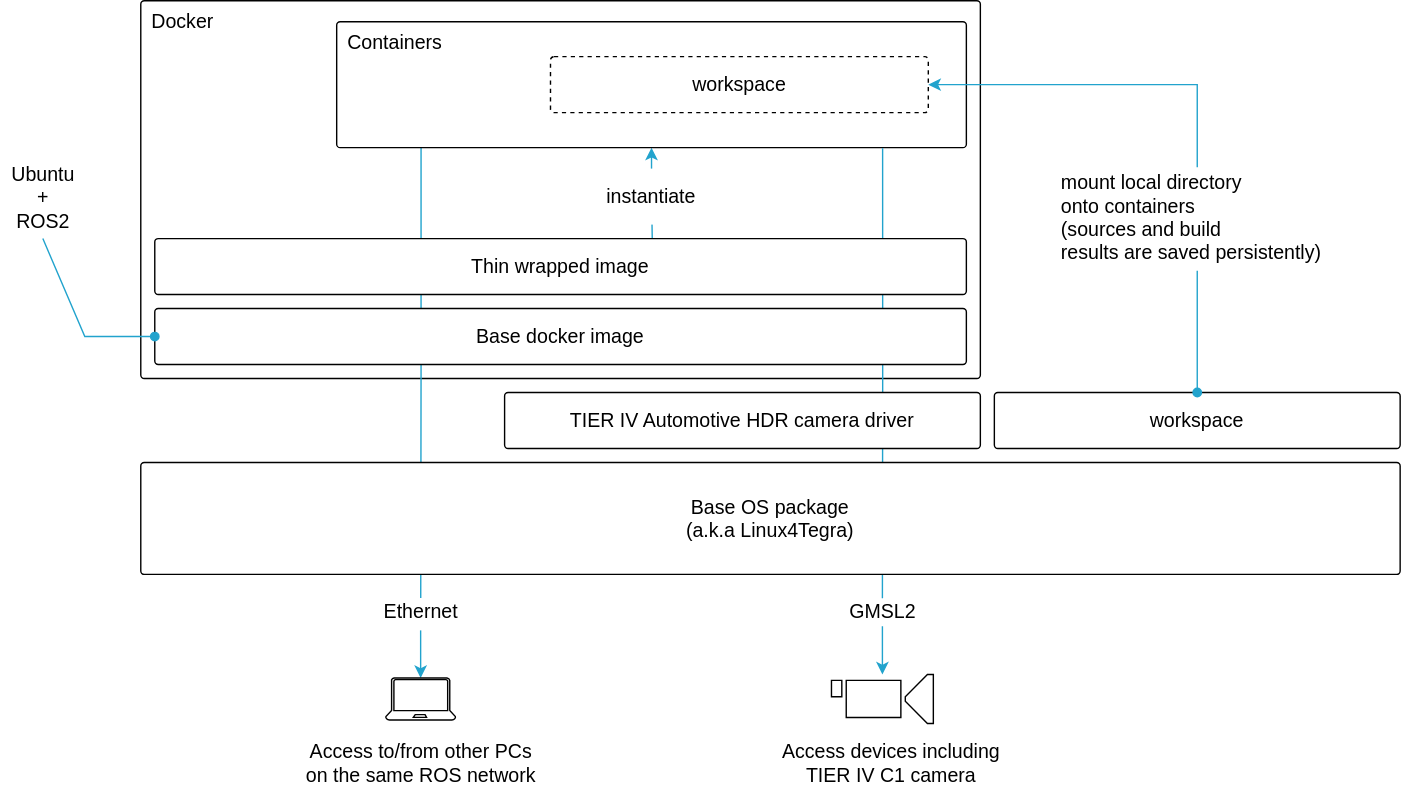
tier4/edge-auto-jetson keeps this draw.io diagram as docs/overview.drawio.svg. Above is the earlier version. Source tidied: cells renumbered, new cells last; positions are measured from the earlier drawing's top-left corner, leaving out a move shared by most shapes.
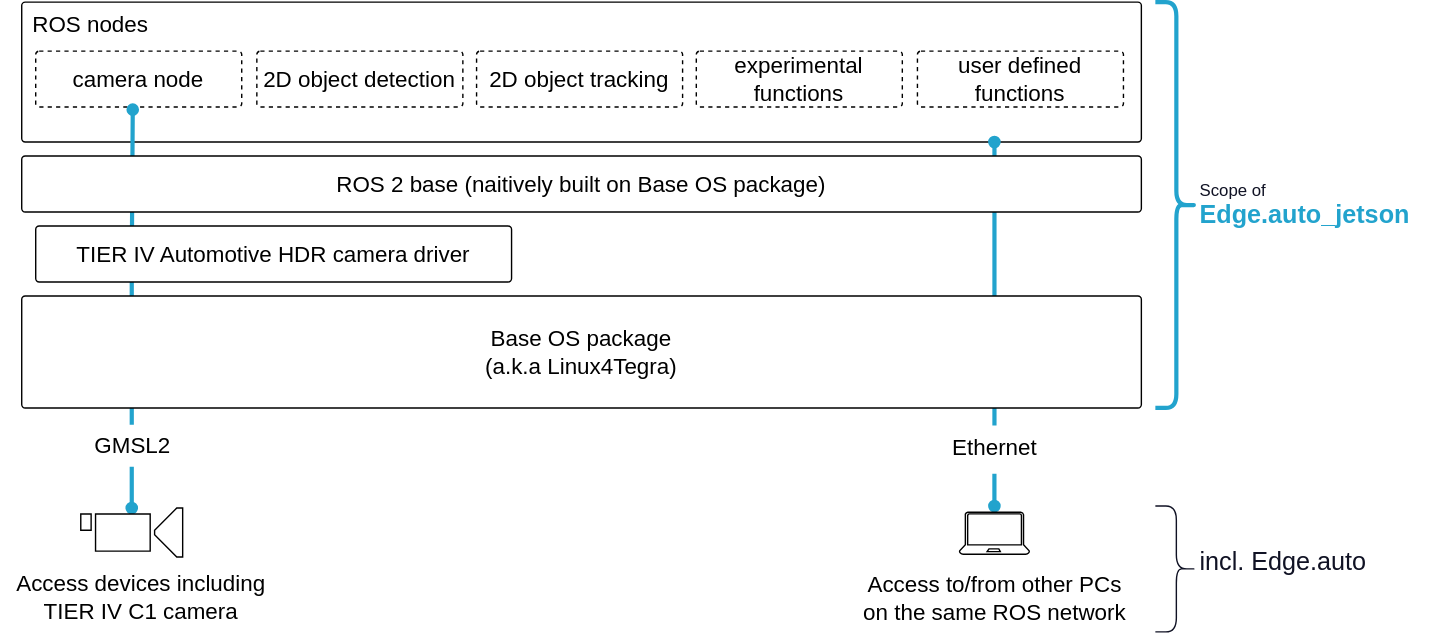
After the commit.

The edit, as a diff of the source:
```diff
@@ -2,85 +2,81 @@
   <root>
     <mxCell id="0" />
     <mxCell id="1" parent="0" />
-    <mxCell id="2" value="Docker" style="rounded=1;whiteSpace=wrap;html=1;fontSize=14;arcSize=5;absoluteArcSize=1;align=left;verticalAlign=top;spacingLeft=6;" parent="1" vertex="1">
-      <mxGeometry x="100" width="600" height="270" as="geometry" />
-    </mxCell>
-    <mxCell id="3" style="edgeStyle=orthogonalEdgeStyle;rounded=0;jettySize=auto;html=1;strokeWidth=1;fontSize=24;startArrow=none;startFill=0;endArrow=none;endFill=0;strokeColor=#22A3CD;exitX=0.134;exitY=0.994;exitDx=0;exitDy=0;exitPerimeter=0;entryX=0.501;entryY=-0.006;entryDx=0;entryDy=0;entryPerimeter=0;" parent="1" edge="1" source="6" target="18">
-      <mxGeometry relative="1" as="geometry" />
-    </mxCell>
-    <mxCell id="4" style="edgeStyle=orthogonalEdgeStyle;rounded=0;jettySize=auto;html=1;strokeWidth=1;fontSize=24;startArrow=none;startFill=0;endArrow=classic;endFill=1;strokeColor=#22A3CD;" parent="1" edge="1" source="15" target="10">
+    <mxCell id="4" style="edgeStyle=orthogonalEdgeStyle;rounded=0;jettySize=auto;html=1;strokeWidth=3;fontSize=16;startArrow=none;startFill=0;endArrow=oval;endFill=1;strokeColor=#22A3CD;" parent="1" edge="1" source="15" target="10">
       <mxGeometry relative="1" as="geometry" />
     </mxCell>
-    <mxCell id="5" style="edgeStyle=orthogonalEdgeStyle;rounded=0;jettySize=auto;html=1;exitX=0.5;exitY=1;exitDx=0;exitDy=0;entryX=0.613;entryY=0.038;entryDx=0;entryDy=0;entryPerimeter=0;strokeColor=#22A3CD;strokeWidth=1;fontSize=24;fontColor=#FFFFFF;startArrow=classic;startFill=1;endArrow=none;endFill=0;" parent="1" edge="1" source="6" target="22">
-      <mxGeometry relative="1" as="geometry" />
-    </mxCell>
-    <mxCell id="6" value="&lt;font style=&quot;font-size: 14px&quot;&gt;Containers&lt;/font&gt;" style="rounded=1;whiteSpace=wrap;html=1;fontSize=14;arcSize=5;absoluteArcSize=1;align=left;verticalAlign=top;spacingLeft=6;" parent="1" vertex="1">
-      <mxGeometry x="240" y="15" width="450" height="90" as="geometry" />
+    <mxCell id="6" value="ROS nodes" style="rounded=1;whiteSpace=wrap;html=1;fontSize=16;arcSize=5;absoluteArcSize=1;align=left;verticalAlign=top;spacingLeft=6;" parent="1" vertex="1">
+      <mxGeometry x="100" y="120" width="800" height="100" as="geometry" />
     </mxCell>
-    <mxCell id="7" value="workspace" style="rounded=1;whiteSpace=wrap;html=1;fontSize=14;arcSize=5;dashed=1;absoluteArcSize=1;" parent="1" vertex="1">
-      <mxGeometry x="392.8" y="40" width="270" height="40" as="geometry" />
+    <mxCell id="7" value="camera node" style="rounded=1;whiteSpace=wrap;html=1;fontSize=16;arcSize=5;dashed=1;absoluteArcSize=1;" parent="1" vertex="1">
+      <mxGeometry x="110" y="155" width="147.2" height="40" as="geometry" />
     </mxCell>
-    <mxCell id="8" value="instantiate" style="text;html=1;align=center;verticalAlign=middle;whiteSpace=wrap;rounded=0;fontSize=14;fillColor=default;" parent="1" vertex="1">
-      <mxGeometry x="415" y="120" width="100" height="40" as="geometry" />
-    </mxCell>
-    <mxCell id="9" value="Ubuntu&lt;br style=&quot;font-size: 14px;&quot;&gt;+&lt;br style=&quot;font-size: 14px;&quot;&gt;&lt;div style=&quot;font-size: 14px;&quot;&gt;&lt;span style=&quot;background-color: initial; font-size: 14px;&quot;&gt;ROS2&lt;/span&gt;&lt;/div&gt;" style="text;html=1;align=center;verticalAlign=top;points=[];strokeColor=none;fillColor=none;fontSize=14;spacing=1;" parent="1" vertex="1">
-      <mxGeometry y="110" width="60" height="60" as="geometry" />
-    </mxCell>
-    <mxCell id="10" style="sketch=0;shadow=0;dashed=0;html=1;labelPosition=center;verticalLabelPosition=bottom;verticalAlign=top;outlineConnect=0;align=center;shape=mxgraph.office.devices.video_camera;fontSize=24;" parent="1" vertex="1">
-      <mxGeometry x="593.6" y="481.5" width="72.8" height="35" as="geometry" />
+    <mxCell id="10" style="sketch=0;shadow=0;dashed=0;html=1;labelPosition=center;verticalLabelPosition=bottom;verticalAlign=top;outlineConnect=0;align=center;shape=mxgraph.office.devices.video_camera;fontSize=16;" parent="1" vertex="1">
+      <mxGeometry x="142.2" y="481.5" width="72.8" height="35" as="geometry" />
     </mxCell>
-    <mxCell id="11" style="edgeStyle=orthogonalEdgeStyle;rounded=0;jettySize=auto;html=1;strokeColor=#22A3CD;strokeWidth=1;fontSize=24;fontColor=#FFFFFF;startArrow=none;startFill=0;endArrow=classic;endFill=1;exitX=0.5;exitY=1.15;exitDx=0;exitDy=0;exitPerimeter=0;entryX=0.5;entryY=0;entryDx=0;entryDy=0;entryPerimeter=0;" parent="1" edge="1" source="18" target="17">
-      <mxGeometry relative="1" as="geometry" />
+    <mxCell id="11" style="edgeStyle=orthogonalEdgeStyle;rounded=0;jettySize=auto;html=1;strokeColor=#22A3CD;strokeWidth=3;fontSize=16;fontColor=#FFFFFF;startArrow=none;startFill=0;endArrow=oval;endFill=1;exitX=0.5;exitY=1.15;exitDx=0;exitDy=0;exitPerimeter=0;" parent="1" edge="1" source="18">
+      <mxGeometry relative="1" as="geometry">
+        <mxPoint x="795" y="480" as="targetPoint" />
+      </mxGeometry>
     </mxCell>
-    <mxCell id="12" value="Access to/from&amp;nbsp;other PCs &lt;br style=&quot;font-size: 14px;&quot;&gt;on the same ROS network" style="text;html=1;align=center;verticalAlign=middle;strokeColor=none;fillColor=none;fontSize=14;" parent="1" vertex="1">
-      <mxGeometry x="210" y="525" width="180" height="40" as="geometry" />
+    <mxCell id="12" value="Access to/from other PCs&lt;br&gt;on the same ROS network" style="text;html=1;align=center;verticalAlign=middle;strokeColor=none;fillColor=none;fontSize=16;" parent="1" vertex="1">
+      <mxGeometry x="690" y="520.5" width="210" height="50" as="geometry" />
     </mxCell>
-    <mxCell id="13" value="Access devices including &lt;br style=&quot;font-size: 14px;&quot;&gt;TIER IV C1 camera" style="text;html=1;align=center;verticalAlign=middle;strokeColor=none;fillColor=none;fontSize=14;" parent="1" vertex="1">
-      <mxGeometry x="551.4" y="525" width="170" height="40" as="geometry" />
+    <mxCell id="13" value="Access devices including &lt;br style=&quot;font-size: 16px;&quot;&gt;TIER IV C1 camera" style="text;html=1;align=center;verticalAlign=middle;strokeColor=none;fillColor=none;fontSize=16;" parent="1" vertex="1">
+      <mxGeometry x="85" y="520" width="200" height="50" as="geometry" />
     </mxCell>
-    <mxCell id="14" value="mount local directory &lt;br style=&quot;font-size: 14px;&quot;&gt;onto containers&lt;br style=&quot;font-size: 14px;&quot;&gt;&amp;nbsp;(sources and build &lt;br style=&quot;font-size: 14px;&quot;&gt;results are saved persistently)" style="text;html=1;align=left;verticalAlign=middle;points=[];strokeColor=none;fillColor=none;fontSize=14;" parent="1" vertex="1">
-      <mxGeometry x="756" y="120" width="200" height="70" as="geometry" />
-    </mxCell>
+    <mxCell id="27" style="edgeStyle=orthogonalEdgeStyle;rounded=0;jettySize=auto;html=1;strokeColor=#22A3CD;endArrow=oval;endFill=1;entryX=0.471;entryY=1.046;entryDx=0;entryDy=0;entryPerimeter=0;fontSize=16;strokeWidth=3;" parent="1" edge="1" source="15" target="7">
+      <mxGeometry relative="1" as="geometry" />
+    </mxCell>
-    <mxCell id="15" value="GMSL2" style="text;html=1;align=center;verticalAlign=middle;points=[];strokeColor=none;fillColor=none;fontSize=14;" parent="1" vertex="1">
-      <mxGeometry x="600" y="427" width="60" height="20" as="geometry" />
+    <mxCell id="15" value="GMSL2" style="text;html=1;align=center;verticalAlign=middle;points=[];strokeColor=none;fillColor=none;fontSize=16;" parent="1" vertex="1">
+      <mxGeometry x="138.6" y="422" width="80" height="30" as="geometry" />
     </mxCell>
-    <mxCell id="16" style="edgeStyle=orthogonalEdgeStyle;rounded=0;jettySize=auto;html=1;exitX=0.867;exitY=1.004;exitDx=0;exitDy=0;strokeWidth=1;fontSize=24;startArrow=none;startFill=0;endArrow=none;endFill=1;strokeColor=#22A3CD;exitPerimeter=0;" parent="1" edge="1" source="6" target="15">
-      <mxGeometry relative="1" as="geometry" />
-    </mxCell>
-    <mxCell id="17" style="verticalLabelPosition=bottom;html=1;verticalAlign=top;align=center;shape=mxgraph.azure.laptop;fontSize=14;" parent="1" vertex="1">
-      <mxGeometry x="275" y="484" width="50" height="30" as="geometry" />
+    <mxCell id="17" style="verticalLabelPosition=bottom;html=1;verticalAlign=top;align=center;shape=mxgraph.azure.laptop;fontSize=16;" parent="1" vertex="1">
+      <mxGeometry x="770" y="484.5" width="50" height="30" as="geometry" />
     </mxCell>
+    <mxCell id="28" style="edgeStyle=orthogonalEdgeStyle;rounded=0;jettySize=auto;html=1;strokeColor=#22A3CD;endArrow=oval;endFill=1;fontSize=16;strokeWidth=3;" parent="1" edge="1" source="18">
+      <mxGeometry relative="1" as="geometry">
+        <mxPoint x="795" y="220" as="targetPoint" />
+        <Array as="points">
+          <mxPoint x="795" y="221" />
+        </Array>
+      </mxGeometry>
+    </mxCell>
-    <mxCell id="18" value="Ethernet" style="text;html=1;align=center;verticalAlign=middle;points=[];strokeColor=none;fillColor=none;fontSize=14;" parent="1" vertex="1">
-      <mxGeometry x="265" y="427" width="70" height="20" as="geometry" />
+    <mxCell id="18" value="Ethernet" style="text;html=1;align=center;verticalAlign=middle;points=[];strokeColor=none;fillColor=none;fontSize=16;" parent="1" vertex="1">
+      <mxGeometry x="755" y="422.5" width="80" height="30" as="geometry" />
     </mxCell>
-    <mxCell id="19" value="workspace" style="rounded=1;whiteSpace=wrap;html=1;fontSize=14;arcSize=5;absoluteArcSize=1;" parent="1" vertex="1">
-      <mxGeometry x="710" y="280" width="290" height="40" as="geometry" />
-    </mxCell>
-    <mxCell id="20" value="TIER IV Automotive HDR camera driver" style="rounded=1;whiteSpace=wrap;html=1;fontSize=14;arcSize=5;absoluteArcSize=1;" parent="1" vertex="1">
-      <mxGeometry x="360" y="280" width="340" height="40" as="geometry" />
+    <mxCell id="20" value="TIER IV Automotive HDR camera driver" style="rounded=1;whiteSpace=wrap;html=1;fontSize=16;arcSize=5;absoluteArcSize=1;" parent="1" vertex="1">
+      <mxGeometry x="110" y="280" width="340" height="40" as="geometry" />
     </mxCell>
-    <mxCell id="21" value="Base docker image" style="rounded=1;whiteSpace=wrap;html=1;fontSize=14;arcSize=5;absoluteArcSize=1;" parent="1" vertex="1">
-      <mxGeometry x="110" y="220" width="580" height="40" as="geometry" />
+    <mxCell id="21" value="ROS 2 base (naitively built on Base OS package)" style="rounded=1;whiteSpace=wrap;html=1;fontSize=16;arcSize=5;absoluteArcSize=1;" parent="1" vertex="1">
+      <mxGeometry x="100" y="230" width="800" height="40" as="geometry" />
     </mxCell>
-    <mxCell id="22" value="Thin wrapped image" style="rounded=1;whiteSpace=wrap;html=1;fontSize=14;arcSize=5;absoluteArcSize=1;" parent="1" vertex="1">
-      <mxGeometry x="110" y="170" width="580" height="40" as="geometry" />
-    </mxCell>
-    <mxCell id="23" value="Base OS package&lt;br style=&quot;font-size: 14px&quot;&gt;(a.k.a Linux4Tegra)" style="rounded=1;whiteSpace=wrap;html=1;fontSize=14;arcSize=5;absoluteArcSize=1;" parent="1" vertex="1">
-      <mxGeometry x="100" y="330" width="900" height="80" as="geometry" />
+    <mxCell id="23" value="Base OS package&lt;br style=&quot;font-size: 16px;&quot;&gt;(a.k.a Linux4Tegra)" style="rounded=1;whiteSpace=wrap;html=1;fontSize=16;arcSize=5;absoluteArcSize=1;" parent="1" vertex="1">
+      <mxGeometry x="100" y="330" width="800" height="80" as="geometry" />
     </mxCell>
-    <mxCell id="24" style="endArrow=oval;html=1;rounded=0;fontSize=24;exitX=0.5;exitY=1;exitDx=0;exitDy=0;startArrow=none;startFill=0;strokeWidth=1;endFill=1;exitPerimeter=0;strokeColor=#22A3CD;entryX=0;entryY=0.5;entryDx=0;entryDy=0;" parent="1" edge="1" source="9" target="21">
-      <mxGeometry x="-1" y="101" relative="1" as="geometry">
-        <Array as="points">
-          <mxPoint x="60" y="240" />
-        </Array>
-        <mxPoint x="-3" y="-6" as="offset" />
-      </mxGeometry>
-    </mxCell>
-    <mxCell id="25" style="edgeStyle=orthogonalEdgeStyle;rounded=0;jettySize=auto;html=1;exitX=0.5;exitY=0;exitDx=0;exitDy=0;strokeWidth=1;fontSize=24;startArrow=oval;startFill=1;strokeColor=#22a3cd;endArrow=none;entryX=0.495;entryY=1.043;entryDx=0;entryDy=0;entryPerimeter=0;" parent="1" edge="1" source="19" target="14">
-      <mxGeometry relative="1" as="geometry" />
-    </mxCell>
-    <mxCell id="26" style="edgeStyle=orthogonalEdgeStyle;rounded=0;jettySize=auto;html=1;exitX=0.495;exitY=-0.014;exitDx=0;exitDy=0;entryX=1;entryY=0.5;entryDx=0;entryDy=0;strokeWidth=1;fontSize=24;startArrow=none;startFill=1;strokeColor=#22a3cd;exitPerimeter=0;" parent="1" edge="1" source="14" target="7">
-      <mxGeometry relative="1" as="geometry" />
-    </mxCell>
+    <mxCell id="29" value="2D object detection" style="rounded=1;whiteSpace=wrap;html=1;fontSize=16;arcSize=5;dashed=1;absoluteArcSize=1;" parent="1" vertex="1">
+      <mxGeometry x="268" y="155" width="147.2" height="40" as="geometry" />
+    </mxCell>
+    <mxCell id="30" value="2D object tracking" style="rounded=1;whiteSpace=wrap;html=1;fontSize=16;arcSize=5;dashed=1;absoluteArcSize=1;" parent="1" vertex="1">
+      <mxGeometry x="425" y="155" width="147.2" height="40" as="geometry" />
+    </mxCell>
+    <mxCell id="31" value="experimental&lt;br style=&quot;font-size: 16px;&quot;&gt;functions" style="rounded=1;whiteSpace=wrap;html=1;fontSize=16;arcSize=5;dashed=1;absoluteArcSize=1;" parent="1" vertex="1">
+      <mxGeometry x="582" y="155" width="147.2" height="40" as="geometry" />
+    </mxCell>
+    <mxCell id="32" value="user defined&lt;br style=&quot;font-size: 16px;&quot;&gt;functions" style="rounded=1;whiteSpace=wrap;html=1;fontSize=16;arcSize=5;dashed=1;absoluteArcSize=1;" parent="1" vertex="1">
+      <mxGeometry x="740" y="155" width="147.2" height="40" as="geometry" />
+    </mxCell>
+    <mxCell id="33" style="shape=curlyBracket;whiteSpace=wrap;html=1;rounded=1;flipH=1;labelPosition=right;verticalLabelPosition=middle;align=left;verticalAlign=middle;strokeWidth=3;strokeColor=#22A3CD;" parent="1" vertex="1">
+      <mxGeometry x="910" y="120" width="30" height="290" as="geometry" />
+    </mxCell>
+    <mxCell id="34" value="&lt;font style=&quot;&quot;&gt;&lt;font style=&quot;font-size: 12px;&quot; color=&quot;#101224&quot;&gt;Scope of&amp;nbsp;&lt;/font&gt;&lt;br&gt;&lt;b style=&quot;font-size: 18px; color: rgb(34, 163, 205);&quot;&gt;Edge.auto_jetson&lt;/b&gt;&lt;/font&gt;" style="text;html=1;align=left;verticalAlign=middle;strokeColor=none;fillColor=none;" parent="1" vertex="1">
+      <mxGeometry x="940" y="240" width="170" height="50" as="geometry" />
+    </mxCell>
+    <mxCell id="35" style="shape=curlyBracket;whiteSpace=wrap;html=1;rounded=1;flipH=1;labelPosition=right;verticalLabelPosition=middle;align=left;verticalAlign=middle;strokeWidth=1;strokeColor=#101224;" parent="1" vertex="1">
+      <mxGeometry x="910" y="480" width="30" height="90" as="geometry" />
+    </mxCell>
+    <mxCell id="36" value="&lt;font color=&quot;#101224&quot; style=&quot;font-size: 18px;&quot;&gt;incl. Edge.auto&lt;/font&gt;" style="text;html=1;align=left;verticalAlign=middle;strokeColor=none;fillColor=none;" parent="1" vertex="1">
+      <mxGeometry x="940" y="500" width="140" height="40" as="geometry" />
+    </mxCell>
   </root>
 </mxGraphModel>
```
